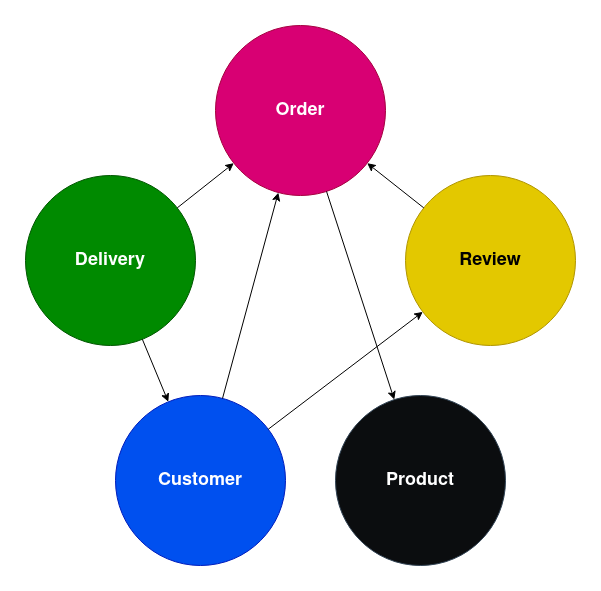
Before: docs/images/context_map_transparent.png, a diagram exported from draw.io (xandervedder/BEP-03). Source tidied: cells renumbered, new cells last; positions are measured from the earlier drawing's top-left corner, leaving out a move shared by most shapes.
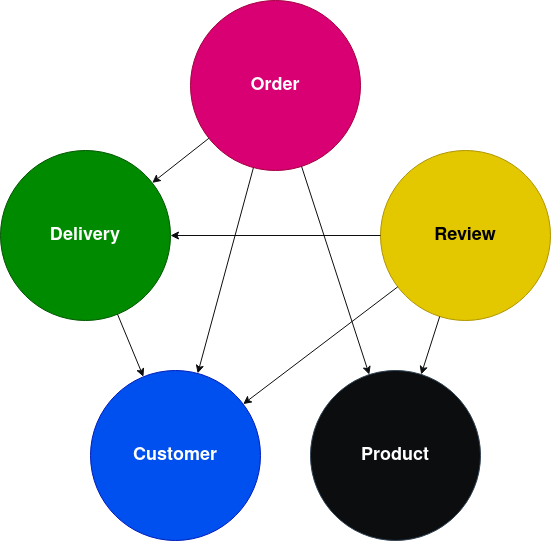
Later version of the same file.

The edit, as a diff of the source:
```diff
@@ -17,23 +17,26 @@
     <mxCell id="6" value="&lt;font style=&quot;font-size: 18px&quot;&gt;&lt;b&gt;Order&lt;/b&gt;&lt;/font&gt;" style="ellipse;whiteSpace=wrap;html=1;fillColor=#d80073;strokeColor=#A50040;fontColor=#ffffff;" parent="1" vertex="1">
       <mxGeometry x="190" width="170" height="170" as="geometry" />
     </mxCell>
-    <mxCell id="7" style="endArrow=classic;html=1;rounded=0;" parent="1" edge="1" source="4" target="6">
-      <mxGeometry relative="1" as="geometry" />
-    </mxCell>
-    <mxCell id="8" style="endArrow=classic;html=1;rounded=0;" parent="1" edge="1" source="5" target="6">
-      <mxGeometry relative="1" as="geometry" />
-    </mxCell>
-    <mxCell id="9" style="endArrow=classic;html=1;rounded=0;" parent="1" edge="1" source="2" target="5">
-      <mxGeometry relative="1" as="geometry" />
-    </mxCell>
-    <mxCell id="10" style="endArrow=classic;html=1;rounded=0;" parent="1" edge="1" source="2" target="6">
-      <mxGeometry relative="1" as="geometry" />
-    </mxCell>
+    <mxCell id="13" style="endArrow=classic;html=1;rounded=0;strokeColor=#0B0D0F;strokeWidth=1;" parent="1" edge="1" source="5" target="2">
+      <mxGeometry relative="1" as="geometry" />
+    </mxCell>
+    <mxCell id="14" style="endArrow=classic;html=1;rounded=0;strokeColor=#0B0D0F;strokeWidth=1;" parent="1" edge="1" source="6" target="4">
+      <mxGeometry relative="1" as="geometry" />
+    </mxCell>
-    <mxCell id="11" style="endArrow=classic;html=1;rounded=0;" parent="1" edge="1" source="6" target="3">
+    <mxCell id="11" style="endArrow=classic;html=1;rounded=0;strokeColor=#0B0D0F;strokeWidth=1;" parent="1" edge="1" source="6" target="3">
       <mxGeometry relative="1" as="geometry" />
     </mxCell>
-    <mxCell id="12" style="endArrow=classic;html=1;rounded=0;" parent="1" edge="1" source="4" target="2">
+    <mxCell id="12" style="endArrow=classic;html=1;rounded=0;strokeColor=#0B0D0F;strokeWidth=1;" parent="1" edge="1" source="4" target="2">
       <mxGeometry relative="1" as="geometry" />
     </mxCell>
+    <mxCell id="15" style="endArrow=classic;html=1;rounded=0;strokeColor=#0B0D0F;strokeWidth=1;" parent="1" edge="1" source="6" target="2">
+      <mxGeometry relative="1" as="geometry" />
+    </mxCell>
+    <mxCell id="16" style="endArrow=classic;html=1;rounded=0;strokeColor=#0B0D0F;strokeWidth=1;" parent="1" edge="1" source="5" target="4">
+      <mxGeometry relative="1" as="geometry" />
+    </mxCell>
+    <mxCell id="17" style="endArrow=classic;html=1;rounded=0;strokeColor=#0B0D0F;strokeWidth=1;" parent="1" edge="1" source="5" target="3">
+      <mxGeometry relative="1" as="geometry" />
+    </mxCell>
   </root>
 </mxGraphModel>
```
